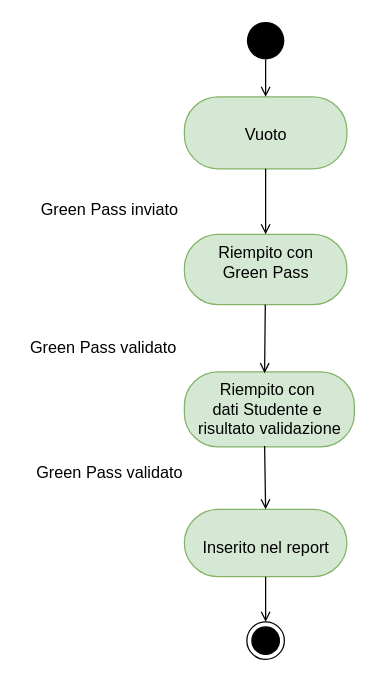
Before: Documentazione/Resources/Statechart Diagram/Statechart Esito.drawio in Alberto-00/EasyPass, a draw.io diagram. Source tidied: cells renumbered, new cells numbered last; positions are measured from the earlier drawing's top-left corner, leaving out a move shared by most shapes. Both pictures are drawn from the tidied source at 125%, with x=0, y=0 at pixel (21, 21).
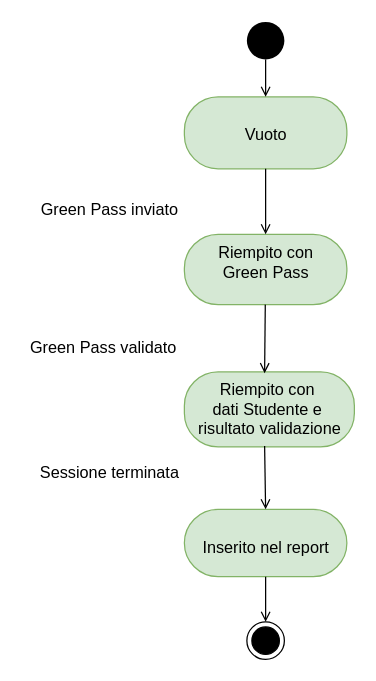
After the change.

Change to the diagram source:
```diff
@@
 <mxGraphModel>
   <root>
     <mxCell id="0" />
     <mxCell id="1" parent="0" />
     <mxCell id="2" style="ellipse;fillColor=#000000;strokeColor=none;rotation=90;direction=south;" parent="1" vertex="1">
       <mxGeometry x="180" width="30" height="30" as="geometry" />
     </mxCell>
     <mxCell id="3" value="&lt;font style=&quot;font-size: 13px&quot;&gt;&lt;br&gt;Vuoto&lt;/font&gt;" style="html=1;align=center;verticalAlign=top;rounded=1;absoluteArcSize=1;arcSize=54;dashed=0;fillColor=#d5e8d4;strokeColor=#82b366;" parent="1" vertex="1">
       <mxGeometry x="130" y="60" width="130" height="57.5" as="geometry" />
     </mxCell>
     <mxCell id="4" style="ellipse;html=1;shape=endState;fillColor=#000000;strokeColor=#000000;" parent="1" vertex="1">
       <mxGeometry x="180" y="480" width="30" height="30" as="geometry" />
     </mxCell>
     <mxCell id="5" value="&lt;font style=&quot;font-size: 13px&quot;&gt;Green Pass inviato&lt;/font&gt;" style="text;html=1;align=center;verticalAlign=middle;strokeColor=none;fillColor=none;" parent="1" vertex="1">
       <mxGeometry x="5" y="140" width="130" height="20" as="geometry" />
     </mxCell>
-    <mxCell id="6" value="&lt;font style=&quot;font-size: 13px&quot;&gt;Green Pass validato&lt;/font&gt;" style="text;html=1;align=center;verticalAlign=middle;strokeColor=none;fillColor=none;" parent="1" vertex="1">
+    <mxCell id="6" value="&lt;font style=&quot;font-size: 13px&quot;&gt;Sessione terminata&lt;/font&gt;" style="text;html=1;align=center;verticalAlign=middle;strokeColor=none;fillColor=none;" parent="1" vertex="1">
       <mxGeometry x="5" y="350" width="130" height="20" as="geometry" />
     </mxCell>
     <mxCell id="7" value="&lt;font style=&quot;font-size: 13px&quot;&gt;Riempito con&amp;nbsp;&lt;br&gt;dati Studente e&amp;nbsp;&lt;br&gt;risultato validazione&lt;/font&gt;" style="html=1;align=center;verticalAlign=top;rounded=1;absoluteArcSize=1;arcSize=54;dashed=0;fillColor=#d5e8d4;strokeColor=#82b366;" parent="1" vertex="1">
       <mxGeometry x="130" y="280" width="136" height="60" as="geometry" />
     </mxCell>
     <mxCell id="8" value="&lt;font style=&quot;font-size: 13px&quot;&gt;Riempito con&lt;br&gt;Green Pass&lt;/font&gt;" style="html=1;align=center;verticalAlign=top;rounded=1;absoluteArcSize=1;arcSize=54;dashed=0;fillColor=#d5e8d4;strokeColor=#82b366;" parent="1" vertex="1">
       <mxGeometry x="130" y="170" width="130" height="56.2" as="geometry" />
     </mxCell>
     <mxCell id="9" value="&lt;font style=&quot;font-size: 13px&quot;&gt;&lt;br&gt;Inserito nel report&lt;/font&gt;" style="html=1;align=center;verticalAlign=top;rounded=1;absoluteArcSize=1;arcSize=54;dashed=0;fillColor=#d5e8d4;strokeColor=#82b366;" parent="1" vertex="1">
       <mxGeometry x="130" y="390" width="130" height="53.8" as="geometry" />
     </mxCell>
     <mxCell id="10" style="html=1;verticalAlign=bottom;labelBackgroundColor=none;endArrow=open;endFill=0;rounded=0;edgeStyle=orthogonalEdgeStyle;exitX=0.5;exitY=0;exitDx=0;exitDy=0;" parent="1" edge="1" source="2">
       <mxGeometry relative="1" as="geometry">
         <mxPoint x="195" y="60" as="targetPoint" />
       </mxGeometry>
     </mxCell>
     <mxCell id="11" style="html=1;verticalAlign=bottom;labelBackgroundColor=none;endArrow=open;endFill=0;rounded=0;edgeStyle=orthogonalEdgeStyle;exitX=0.5;exitY=1;exitDx=0;exitDy=0;entryX=0.5;entryY=0;entryDx=0;entryDy=0;" parent="1" edge="1" source="3" target="8">
       <mxGeometry relative="1" as="geometry" />
     </mxCell>
     <mxCell id="12" style="html=1;verticalAlign=bottom;labelBackgroundColor=none;endArrow=open;endFill=0;rounded=0;entryX=0.472;entryY=0.018;entryDx=0;entryDy=0;entryPerimeter=0;" parent="1" edge="1" source="8" target="7">
       <mxGeometry relative="1" as="geometry" />
     </mxCell>
     <mxCell id="13" style="html=1;verticalAlign=bottom;labelBackgroundColor=none;endArrow=open;endFill=0;rounded=0;exitX=0.472;exitY=0.989;exitDx=0;exitDy=0;entryX=0.5;entryY=0;entryDx=0;entryDy=0;exitPerimeter=0;" parent="1" edge="1" source="7" target="9">
       <mxGeometry relative="1" as="geometry" />
     </mxCell>
     <mxCell id="14" style="html=1;verticalAlign=bottom;labelBackgroundColor=none;endArrow=open;endFill=0;rounded=0;edgeStyle=orthogonalEdgeStyle;" parent="1" edge="1" source="9" target="4">
       <mxGeometry relative="1" as="geometry" />
     </mxCell>
     <mxCell id="15" value="&lt;font style=&quot;font-size: 13px&quot;&gt;Green Pass validato&lt;/font&gt;" style="text;html=1;align=center;verticalAlign=middle;strokeColor=none;fillColor=none;" parent="1" vertex="1">
       <mxGeometry y="250" width="130" height="20" as="geometry" />
     </mxCell>
   </root>
 </mxGraphModel>
```
